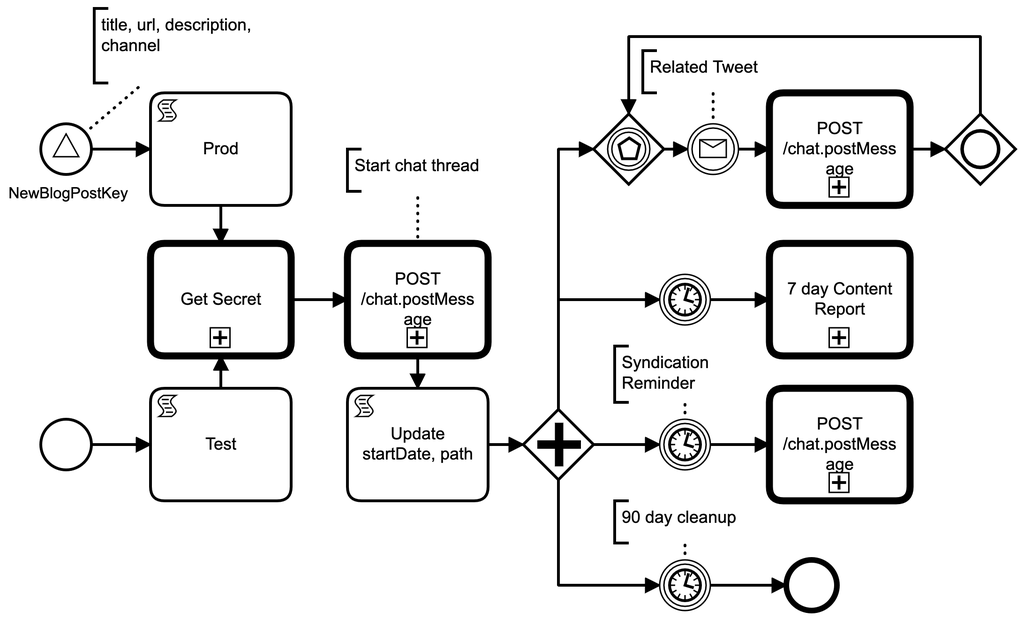
This is workflows/AnnounceBlog.png from tomlarkworthy/camunda-tools, a BPMN export, as it was before one commit. Its source is kept beside it as workflows/AnnounceBlog.bpmn. Ids are renumbered.
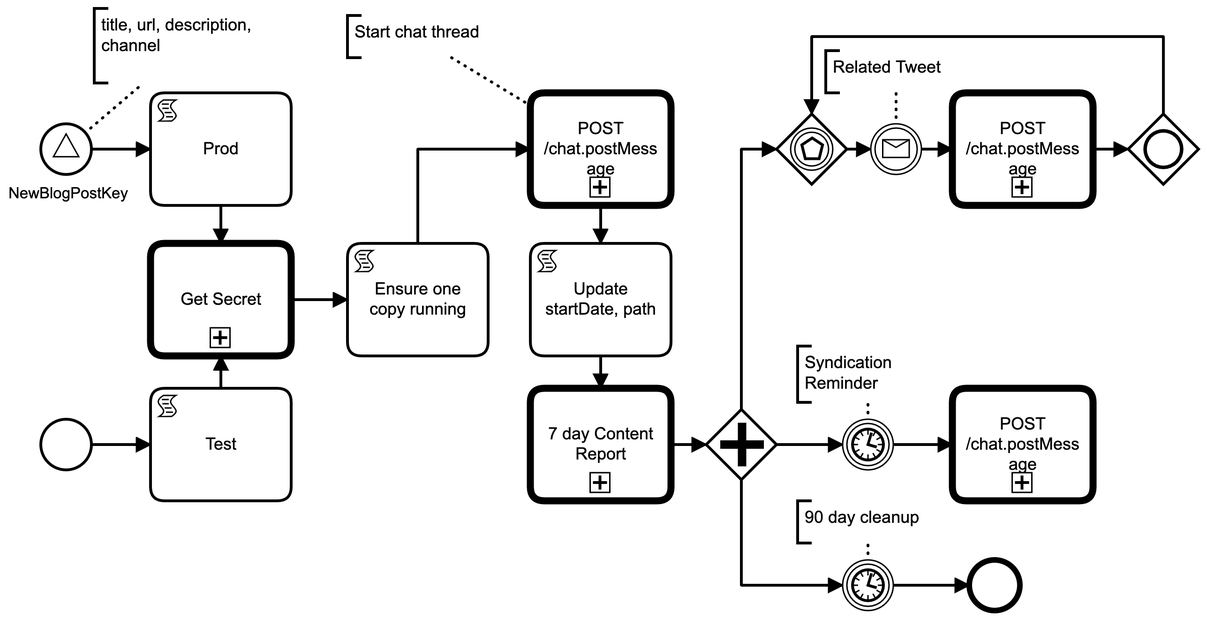
Above is the later version.

Change to the diagram source:
```diff
@@ -91,7 +91,7 @@
     </bpmn:scriptTask>
     <bpmn:sequenceFlow id="Flow_n15" sourceRef="Event_n14" targetRef="Activity_n16" />
     <bpmn:sequenceFlow id="Flow_n6" sourceRef="Activity_n16" targetRef="Activity_n5" />
-    <bpmn:sequenceFlow id="Flow_n8" sourceRef="Activity_n5" targetRef="Activity_n17" />
+    <bpmn:sequenceFlow id="Flow_n8" sourceRef="Activity_n5" targetRef="Activity_n47" />
     <bpmn:callActivity id="Activity_n17" name="POST /chat.postMessage" camunda:modelerTemplate="POST-/chat.postMessage" calledElement="ApiClient">
       <bpmn:extensionElements>
         <camunda:inputOutput>
@@ -531,7 +531,7 @@
         <camunda:in source="hp_token" target="pre SET headers String $[&#39;token&#39;]" />
         <camunda:in sourceExpression="Bearer ${hp_Authorization}" target="pre SET headers String $[&#39;Authorization&#39;]" />
       </bpmn:extensionElements>
-      <bpmn:incoming>Flow_n8</bpmn:incoming>
+      <bpmn:incoming>Flow_n48</bpmn:incoming>
       <bpmn:outgoing>Flow_n18</bpmn:outgoing>
     </bpmn:callActivity>
     <bpmn:callActivity id="Activity_n19" name="POST /chat.postMessage" camunda:modelerTemplate="POST-/chat.postMessage" calledElement="ApiClient">
@@ -982,7 +982,8 @@
       <bpmn:outgoing>Flow_n7</bpmn:outgoing>
       <bpmn:script>if (execution.getVariable("channel") == null) {
     execution.setVariable("channel",  "content-creators")
-}</bpmn:script>
+}
+</bpmn:script>
     </bpmn:scriptTask>
     <bpmn:eventBasedGateway id="EventGateway">
       <bpmn:incoming>Flow_n22</bpmn:incoming>
@@ -1048,6 +1049,19 @@
     </bpmn:inclusiveGateway>
     <bpmn:sequenceFlow id="Flow_n23" sourceRef="Gateway_n28" targetRef="EventGateway" />
     <bpmn:sequenceFlow id="Flow_n30" sourceRef="contentReport" targetRef="Gateway_n29" />
+    <bpmn:scriptTask id="Activity_n47" name="Ensure one copy running" scriptFormat="groovy">
+      <bpmn:incoming>Flow_n8</bpmn:incoming>
+      <bpmn:outgoing>Flow_n48</bpmn:outgoing>
+      <bpmn:script>println("check only one instance running")
+// check only one instance running
+sameKeyCount = execution.getProcessEngineServices().getRuntimeService()
+      .createProcessInstanceQuery()
+      .processInstanceBusinessKey(execution.getBusinessKey())
+      .count()
+println("sameKeyCount = " + sameKeyCount)
+if (sameKeyCount != 0) throw new org.camunda.bpm.engine.ProcessEngineException();</bpmn:script>
+    </bpmn:scriptTask>
+    <bpmn:sequenceFlow id="Flow_n48" sourceRef="Activity_n47" targetRef="Activity_n17" />
     <bpmn:textAnnotation id="TextAnnotation_n37">
       <bpmn:text>Start chat thread</bpmn:text>
     </bpmn:textAnnotation>
@@ -1115,7 +1129,7 @@
         <di:waypoint x="400" y="287" />
       </bpmndi:BPMNEdge>
       <bpmndi:BPMNShape id="Activity_1xbki0c_di" bpmnElement="Activity_n17">
-        <dc:Bounds x="400" y="247" width="100" height="80" />
+        <dc:Bounds x="530" y="140" width="100" height="80" />
       </bpmndi:BPMNShape>
       <bpmndi:BPMNShape id="Activity_n19_di" bpmnElement="Activity_n19">
         <dc:Bounds x="830" y="140" width="100" height="80" />
@@ -1138,11 +1152,11 @@
         <di:waypoint x="772" y="180" />
       </bpmndi:BPMNEdge>
       <bpmndi:BPMNShape id="TextAnnotation_n37_di" bpmnElement="TextAnnotation_n37">
-        <dc:Bounds x="400" y="180" width="100" height="30" />
+        <dc:Bounds x="400" y="85" width="100" height="30" />
       </bpmndi:BPMNShape>
       <bpmndi:BPMNEdge id="Association_n38_di" bpmnElement="Association_n38">
-        <di:waypoint x="450" y="247" />
-        <di:waypoint x="450" y="210" />
+        <di:waypoint x="530" y="149" />
+        <di:waypoint x="474" y="115" />
       </bpmndi:BPMNEdge>
       <bpmndi:BPMNShape id="TextAnnotation_n39_di" bpmnElement="TextAnnotation_n39">
         <dc:Bounds x="740" y="110" width="100" height="30" />
@@ -1179,15 +1193,15 @@
         <di:waypoint x="752" y="390" />
       </bpmndi:BPMNEdge>
       <bpmndi:BPMNShape id="Activity_0ma0yvk_di" bpmnElement="updateStartDate">
-        <dc:Bounds x="400" y="350" width="100" height="80" />
+        <dc:Bounds x="530" y="247" width="100" height="80" />
       </bpmndi:BPMNShape>
       <bpmndi:BPMNEdge id="Flow_n18_di" bpmnElement="Flow_n18">
-        <di:waypoint x="450" y="327" />
-        <di:waypoint x="450" y="350" />
+        <di:waypoint x="580" y="220" />
+        <di:waypoint x="580" y="247" />
       </bpmndi:BPMNEdge>
       <bpmndi:BPMNEdge id="Flow_n32_di" bpmnElement="Flow_n32">
-        <di:waypoint x="500" y="390" />
-        <di:waypoint x="530" y="390" />
+        <di:waypoint x="580" y="327" />
+        <di:waypoint x="580" y="350" />
       </bpmndi:BPMNEdge>
       <bpmndi:BPMNShape id="Activity_163t1wt_di" bpmnElement="contentReport">
         <dc:Bounds x="530" y="350" width="100" height="80" />
@@ -1234,6 +1248,14 @@
         <di:waypoint x="630" y="390" />
         <di:waypoint x="655" y="390" />
       </bpmndi:BPMNEdge>
+      <bpmndi:BPMNShape id="Activity_0okbacz_di" bpmnElement="Activity_n47">
+        <dc:Bounds x="400" y="247" width="100" height="80" />
+      </bpmndi:BPMNShape>
+      <bpmndi:BPMNEdge id="Flow_n48_di" bpmnElement="Flow_n48">
+        <di:waypoint x="450" y="247" />
+        <di:waypoint x="450" y="180" />
+        <di:waypoint x="530" y="180" />
+      </bpmndi:BPMNEdge>
     </bpmndi:BPMNPlane>
   </bpmndi:BPMNDiagram>
 </bpmn:definitions>
```
